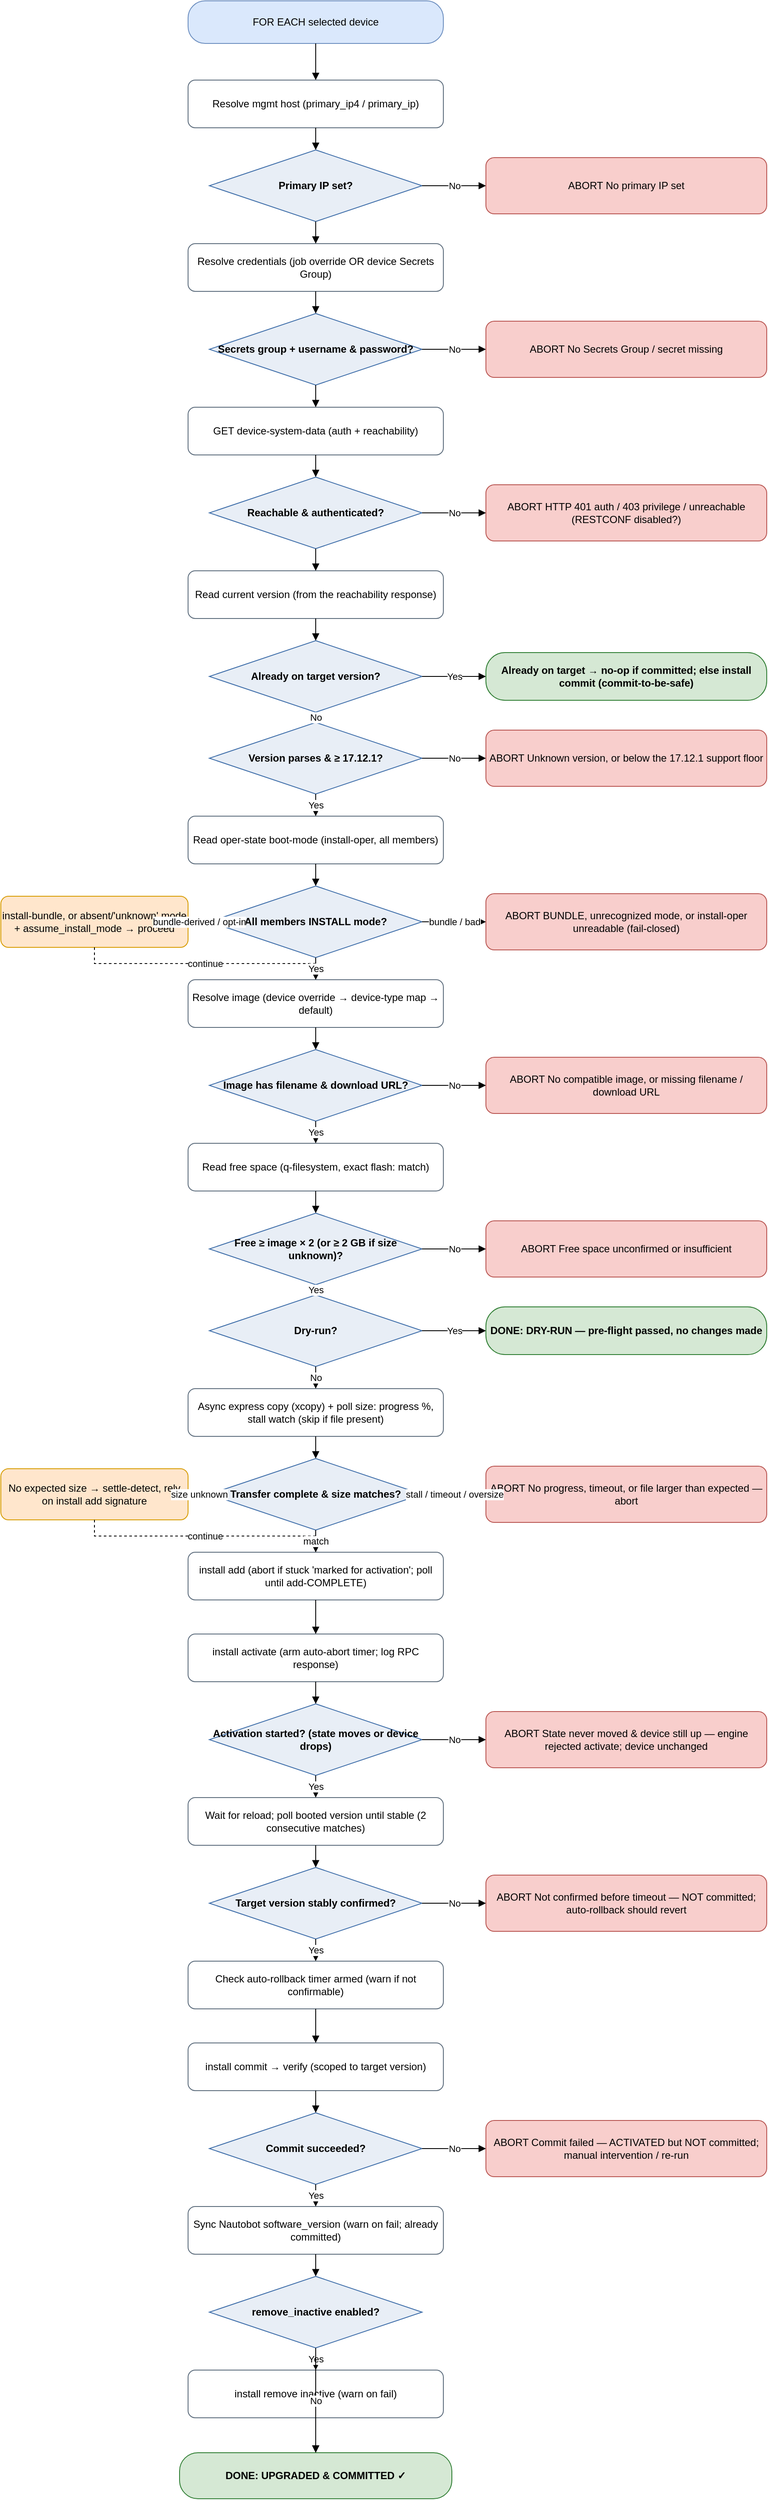
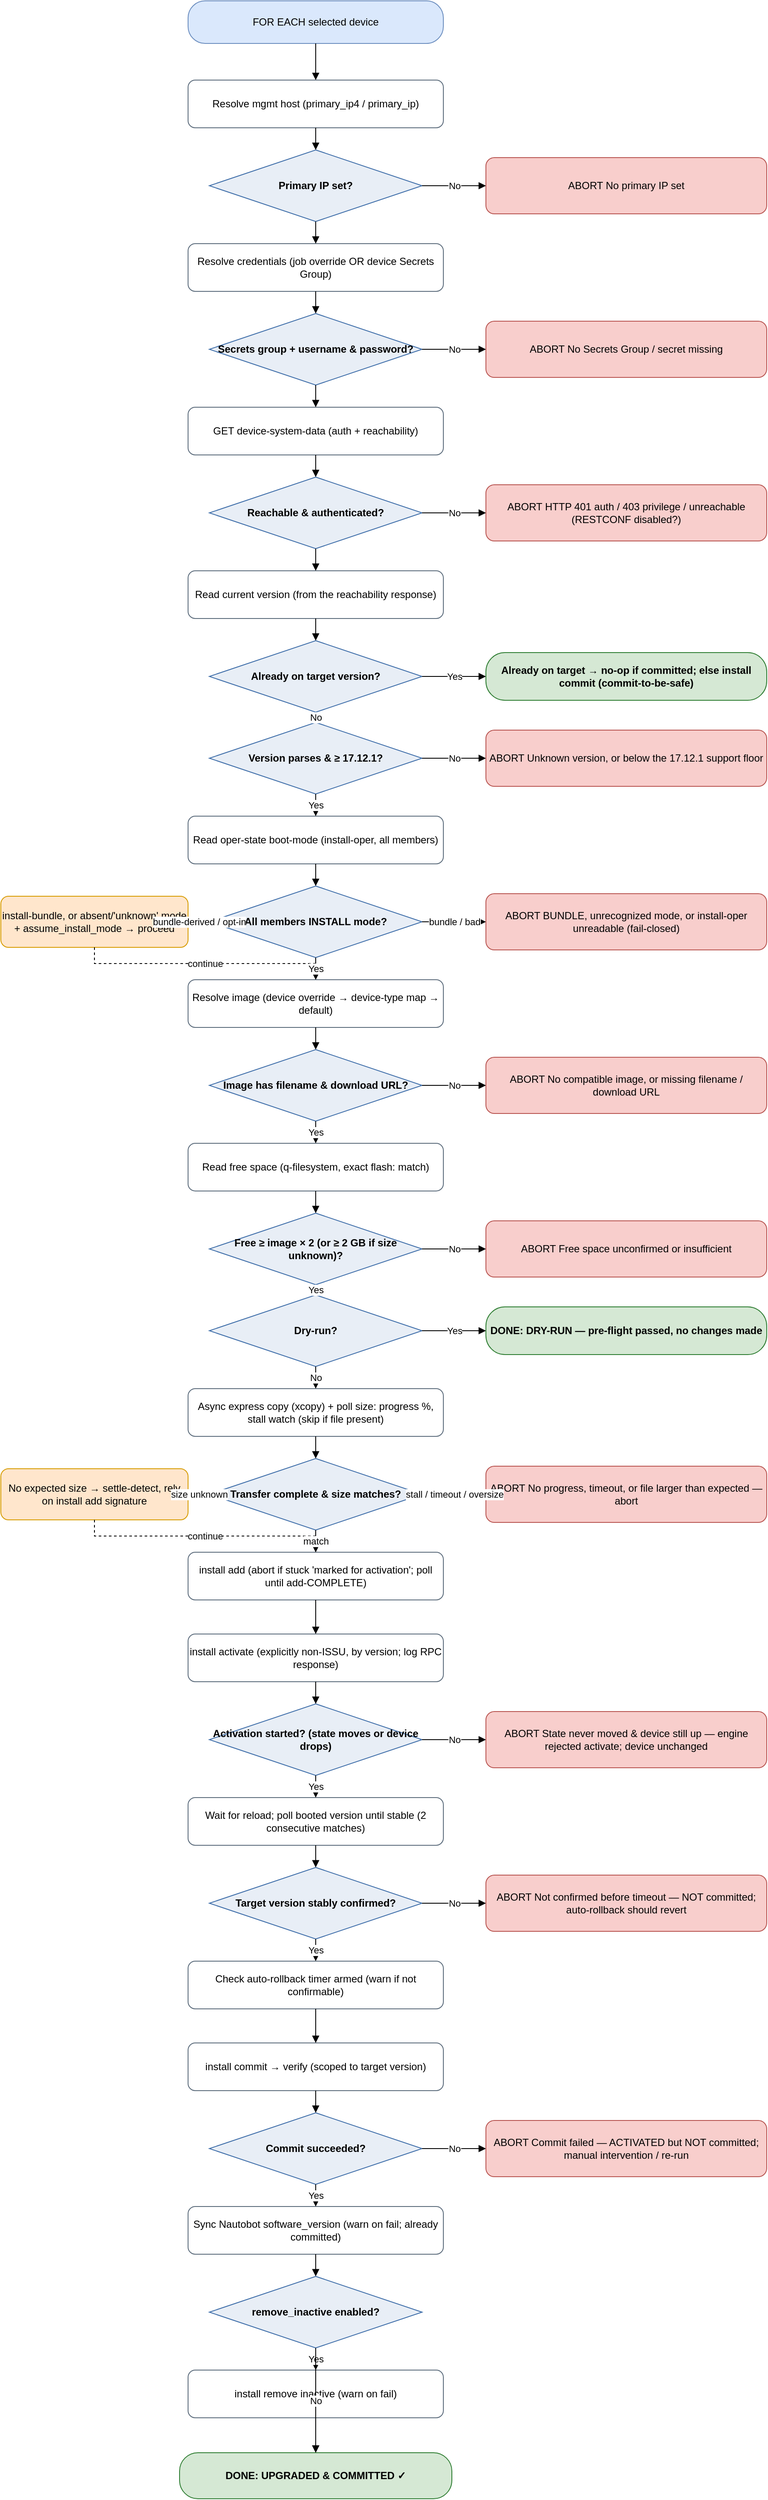
<mxfile host="app.diagrams.net" type="device">
  <diagram name="IOS-XE upgrade flow" id="iosxe-upgrade-flow">
    <mxGraphModel dx="1000" dy="2000" grid="1" gridSize="10" guides="1" tooltips="1"
        connect="1" arrows="1" fold="1" page="1" pageScale="1" math="0" shadow="0">
      <root>
        <mxCell id="0"/>
        <mxCell id="1" parent="0"/>
        <mxCell id="start" value="FOR EACH selected device" style="rounded=1;arcSize=40;whiteSpace=wrap;html=1;fillColor=#DAE8FC;strokeColor=#6C8EBF;" vertex="1" parent="1"><mxGeometry x="250" y="31" width="300" height="50" as="geometry"/></mxCell>
        <mxCell id="host" value="Resolve mgmt host&amp;#10;(primary_ip4 / primary_ip)" style="rounded=1;whiteSpace=wrap;html=1;fillColor=#FFFFFF;strokeColor=#5B6B7B;" vertex="1" parent="1"><mxGeometry x="250" y="124" width="300" height="56" as="geometry"/></mxCell>
        <mxCell id="d_ip" value="Primary IP set?" style="rhombus;whiteSpace=wrap;html=1;fillColor=#E8EEF6;strokeColor=#3C6CA8;fontStyle=1;" vertex="1" parent="1"><mxGeometry x="275" y="206" width="250" height="84" as="geometry"/></mxCell>
        <mxCell id="cred" value="Resolve credentials&amp;#10;(job override OR device Secrets Group)" style="rounded=1;whiteSpace=wrap;html=1;fillColor=#FFFFFF;strokeColor=#5B6B7B;" vertex="1" parent="1"><mxGeometry x="250" y="316" width="300" height="56" as="geometry"/></mxCell>
        <mxCell id="d_cred" value="Secrets group +&amp;#10;username &amp; password?" style="rhombus;whiteSpace=wrap;html=1;fillColor=#E8EEF6;strokeColor=#3C6CA8;fontStyle=1;" vertex="1" parent="1"><mxGeometry x="275" y="398" width="250" height="84" as="geometry"/></mxCell>
        <mxCell id="reach" value="GET device-system-data&amp;#10;(auth + reachability)" style="rounded=1;whiteSpace=wrap;html=1;fillColor=#FFFFFF;strokeColor=#5B6B7B;" vertex="1" parent="1"><mxGeometry x="250" y="508" width="300" height="56" as="geometry"/></mxCell>
        <mxCell id="d_reach" value="Reachable &amp;&amp;#10;authenticated?" style="rhombus;whiteSpace=wrap;html=1;fillColor=#E8EEF6;strokeColor=#3C6CA8;fontStyle=1;" vertex="1" parent="1"><mxGeometry x="275" y="590" width="250" height="84" as="geometry"/></mxCell>
        <mxCell id="curr" value="Read current version&amp;#10;(from the reachability response)" style="rounded=1;whiteSpace=wrap;html=1;fillColor=#FFFFFF;strokeColor=#5B6B7B;" vertex="1" parent="1"><mxGeometry x="250" y="700" width="300" height="56" as="geometry"/></mxCell>
        <mxCell id="d_target" value="Already on&amp;#10;target version?" style="rhombus;whiteSpace=wrap;html=1;fillColor=#E8EEF6;strokeColor=#3C6CA8;fontStyle=1;" vertex="1" parent="1"><mxGeometry x="275" y="782" width="250" height="84" as="geometry"/></mxCell>
        <mxCell id="d_floor" value="Version parses&amp;#10;&amp; ≥ 17.12.1?" style="rhombus;whiteSpace=wrap;html=1;fillColor=#E8EEF6;strokeColor=#3C6CA8;fontStyle=1;" vertex="1" parent="1"><mxGeometry x="275" y="878" width="250" height="84" as="geometry"/></mxCell>
        <mxCell id="mode" value="Read oper-state boot-mode&amp;#10;(install-oper, all members)" style="rounded=1;whiteSpace=wrap;html=1;fillColor=#FFFFFF;strokeColor=#5B6B7B;" vertex="1" parent="1"><mxGeometry x="250" y="988" width="300" height="56" as="geometry"/></mxCell>
        <mxCell id="d_mode" value="All members&amp;#10;INSTALL mode?" style="rhombus;whiteSpace=wrap;html=1;fillColor=#E8EEF6;strokeColor=#3C6CA8;fontStyle=1;" vertex="1" parent="1"><mxGeometry x="275" y="1070" width="250" height="84" as="geometry"/></mxCell>
        <mxCell id="img" value="Resolve image (device override →&amp;#10;device-type map → default)" style="rounded=1;whiteSpace=wrap;html=1;fillColor=#FFFFFF;strokeColor=#5B6B7B;" vertex="1" parent="1"><mxGeometry x="250" y="1180" width="300" height="56" as="geometry"/></mxCell>
        <mxCell id="d_img" value="Image has filename&amp;#10;&amp; download URL?" style="rhombus;whiteSpace=wrap;html=1;fillColor=#E8EEF6;strokeColor=#3C6CA8;fontStyle=1;" vertex="1" parent="1"><mxGeometry x="275" y="1262" width="250" height="84" as="geometry"/></mxCell>
        <mxCell id="space" value="Read free space&amp;#10;(q-filesystem, exact flash: match)" style="rounded=1;whiteSpace=wrap;html=1;fillColor=#FFFFFF;strokeColor=#5B6B7B;" vertex="1" parent="1"><mxGeometry x="250" y="1372" width="300" height="56" as="geometry"/></mxCell>
        <mxCell id="d_space" value="Free ≥ image × 2&amp;#10;(or ≥ 2 GB if size unknown)?" style="rhombus;whiteSpace=wrap;html=1;fillColor=#E8EEF6;strokeColor=#3C6CA8;fontStyle=1;" vertex="1" parent="1"><mxGeometry x="275" y="1454" width="250" height="84" as="geometry"/></mxCell>
        <mxCell id="d_dry" value="Dry-run?" style="rhombus;whiteSpace=wrap;html=1;fillColor=#E8EEF6;strokeColor=#3C6CA8;fontStyle=1;" vertex="1" parent="1"><mxGeometry x="275" y="1550" width="250" height="84" as="geometry"/></mxCell>
        <mxCell id="copy" value="Async express copy (xcopy) + poll size:&amp;#10;progress %, stall watch (skip if file present)" style="rounded=1;whiteSpace=wrap;html=1;fillColor=#FFFFFF;strokeColor=#5B6B7B;" vertex="1" parent="1"><mxGeometry x="250" y="1660" width="300" height="56" as="geometry"/></mxCell>
        <mxCell id="d_size" value="Transfer complete&amp;#10;&amp; size matches?" style="rhombus;whiteSpace=wrap;html=1;fillColor=#E8EEF6;strokeColor=#3C6CA8;fontStyle=1;" vertex="1" parent="1"><mxGeometry x="275" y="1742" width="250" height="84" as="geometry"/></mxCell>
        <mxCell id="add" value="install add (abort if stuck &#x27;marked for&amp;#10;activation&#x27;; poll until add-COMPLETE)" style="rounded=1;whiteSpace=wrap;html=1;fillColor=#FFFFFF;strokeColor=#5B6B7B;" vertex="1" parent="1"><mxGeometry x="250" y="1852" width="300" height="56" as="geometry"/></mxCell>
-         <mxCell id="act" value="install activate (arm auto-abort&amp;#10;timer; log RPC response)" style="rounded=1;whiteSpace=wrap;html=1;fillColor=#FFFFFF;strokeColor=#5B6B7B;" vertex="1" parent="1"><mxGeometry x="250" y="1948" width="300" height="56" as="geometry"/></mxCell>
+         <mxCell id="act" value="install activate (explicitly non-ISSU,&amp;#10;by version; log RPC response)" style="rounded=1;whiteSpace=wrap;html=1;fillColor=#FFFFFF;strokeColor=#5B6B7B;" vertex="1" parent="1"><mxGeometry x="250" y="1948" width="300" height="56" as="geometry"/></mxCell>
        <mxCell id="d_act" value="Activation started?&amp;#10;(state moves or device drops)" style="rhombus;whiteSpace=wrap;html=1;fillColor=#E8EEF6;strokeColor=#3C6CA8;fontStyle=1;" vertex="1" parent="1"><mxGeometry x="275" y="2030" width="250" height="84" as="geometry"/></mxCell>
        <mxCell id="waitc" value="Wait for reload; poll booted version&amp;#10;until stable (2 consecutive matches)" style="rounded=1;whiteSpace=wrap;html=1;fillColor=#FFFFFF;strokeColor=#5B6B7B;" vertex="1" parent="1"><mxGeometry x="250" y="2140" width="300" height="56" as="geometry"/></mxCell>
        <mxCell id="d_confirm" value="Target version&amp;#10;stably confirmed?" style="rhombus;whiteSpace=wrap;html=1;fillColor=#E8EEF6;strokeColor=#3C6CA8;fontStyle=1;" vertex="1" parent="1"><mxGeometry x="275" y="2222" width="250" height="84" as="geometry"/></mxCell>
        <mxCell id="rollbackchk" value="Check auto-rollback timer armed&amp;#10;(warn if not confirmable)" style="rounded=1;whiteSpace=wrap;html=1;fillColor=#FFFFFF;strokeColor=#5B6B7B;" vertex="1" parent="1"><mxGeometry x="250" y="2332" width="300" height="56" as="geometry"/></mxCell>
        <mxCell id="commit" value="install commit → verify&amp;#10;(scoped to target version)" style="rounded=1;whiteSpace=wrap;html=1;fillColor=#FFFFFF;strokeColor=#5B6B7B;" vertex="1" parent="1"><mxGeometry x="250" y="2428" width="300" height="56" as="geometry"/></mxCell>
        <mxCell id="d_commit" value="Commit&amp;#10;succeeded?" style="rhombus;whiteSpace=wrap;html=1;fillColor=#E8EEF6;strokeColor=#3C6CA8;fontStyle=1;" vertex="1" parent="1"><mxGeometry x="275" y="2510" width="250" height="84" as="geometry"/></mxCell>
        <mxCell id="sync" value="Sync Nautobot software_version&amp;#10;(warn on fail; already committed)" style="rounded=1;whiteSpace=wrap;html=1;fillColor=#FFFFFF;strokeColor=#5B6B7B;" vertex="1" parent="1"><mxGeometry x="250" y="2620" width="300" height="56" as="geometry"/></mxCell>
        <mxCell id="d_remove" value="remove_inactive&amp;#10;enabled?" style="rhombus;whiteSpace=wrap;html=1;fillColor=#E8EEF6;strokeColor=#3C6CA8;fontStyle=1;" vertex="1" parent="1"><mxGeometry x="275" y="2702" width="250" height="84" as="geometry"/></mxCell>
        <mxCell id="remove" value="install remove inactive&amp;#10;(warn on fail)" style="rounded=1;whiteSpace=wrap;html=1;fillColor=#FFFFFF;strokeColor=#5B6B7B;" vertex="1" parent="1"><mxGeometry x="250" y="2812" width="300" height="56" as="geometry"/></mxCell>
        <mxCell id="ok" value="DONE: UPGRADED &amp; COMMITTED ✓" style="rounded=1;arcSize=40;whiteSpace=wrap;html=1;fillColor=#D5E8D4;strokeColor=#2E7D32;fontStyle=1;" vertex="1" parent="1"><mxGeometry x="240" y="2909" width="320" height="54" as="geometry"/></mxCell>
        <mxCell id="d_ip_abort" value="ABORT&amp;#10;No primary IP set" style="rounded=1;whiteSpace=wrap;html=1;fillColor=#F8CECC;strokeColor=#B85450;" vertex="1" parent="1"><mxGeometry x="600" y="215" width="330" height="66" as="geometry"/></mxCell>
        <mxCell id="d_cred_abort" value="ABORT&amp;#10;No Secrets Group / secret missing" style="rounded=1;whiteSpace=wrap;html=1;fillColor=#F8CECC;strokeColor=#B85450;" vertex="1" parent="1"><mxGeometry x="600" y="407" width="330" height="66" as="geometry"/></mxCell>
        <mxCell id="d_reach_abort" value="ABORT&amp;#10;HTTP 401 auth / 403 privilege /&amp;#10;unreachable (RESTCONF disabled?)" style="rounded=1;whiteSpace=wrap;html=1;fillColor=#F8CECC;strokeColor=#B85450;" vertex="1" parent="1"><mxGeometry x="600" y="599" width="330" height="66" as="geometry"/></mxCell>
        <mxCell id="d_target_ok" value="Already on target → no-op if committed;&amp;#10;else install commit (commit-to-be-safe)" style="rounded=1;arcSize=40;whiteSpace=wrap;html=1;fillColor=#D5E8D4;strokeColor=#2E7D32;fontStyle=1;" vertex="1" parent="1"><mxGeometry x="600" y="796" width="330" height="56" as="geometry"/></mxCell>
        <mxCell id="d_floor_abort" value="ABORT&amp;#10;Unknown version, or below the&amp;#10;17.12.1 support floor" style="rounded=1;whiteSpace=wrap;html=1;fillColor=#F8CECC;strokeColor=#B85450;" vertex="1" parent="1"><mxGeometry x="600" y="887" width="330" height="66" as="geometry"/></mxCell>
        <mxCell id="d_mode_abort" value="ABORT&amp;#10;BUNDLE, unrecognized mode, or&amp;#10;install-oper unreadable (fail-closed)" style="rounded=1;whiteSpace=wrap;html=1;fillColor=#F8CECC;strokeColor=#B85450;" vertex="1" parent="1"><mxGeometry x="600" y="1079" width="330" height="66" as="geometry"/></mxCell>
        <mxCell id="d_mode_warn" value="install-bundle, or absent/&#x27;unknown&#x27;&amp;#10;mode + assume_install_mode → proceed" style="rounded=1;whiteSpace=wrap;html=1;fillColor=#FFE6CC;strokeColor=#D79B00;" vertex="1" parent="1"><mxGeometry x="30" y="1082" width="220" height="60" as="geometry"/></mxCell>
        <mxCell id="d_img_abort" value="ABORT&amp;#10;No compatible image, or missing&amp;#10;filename / download URL" style="rounded=1;whiteSpace=wrap;html=1;fillColor=#F8CECC;strokeColor=#B85450;" vertex="1" parent="1"><mxGeometry x="600" y="1271" width="330" height="66" as="geometry"/></mxCell>
        <mxCell id="d_space_abort" value="ABORT&amp;#10;Free space unconfirmed or&amp;#10;insufficient" style="rounded=1;whiteSpace=wrap;html=1;fillColor=#F8CECC;strokeColor=#B85450;" vertex="1" parent="1"><mxGeometry x="600" y="1463" width="330" height="66" as="geometry"/></mxCell>
        <mxCell id="d_dry_ok" value="DONE: DRY-RUN — pre-flight&amp;#10;passed, no changes made" style="rounded=1;arcSize=40;whiteSpace=wrap;html=1;fillColor=#D5E8D4;strokeColor=#2E7D32;fontStyle=1;" vertex="1" parent="1"><mxGeometry x="600" y="1564" width="330" height="56" as="geometry"/></mxCell>
        <mxCell id="d_size_abort" value="ABORT&amp;#10;No progress, timeout, or file&amp;#10;larger than expected — abort" style="rounded=1;whiteSpace=wrap;html=1;fillColor=#F8CECC;strokeColor=#B85450;" vertex="1" parent="1"><mxGeometry x="600" y="1751" width="330" height="66" as="geometry"/></mxCell>
        <mxCell id="d_size_warn" value="No expected size → settle-detect,&amp;#10;rely on install add signature" style="rounded=1;whiteSpace=wrap;html=1;fillColor=#FFE6CC;strokeColor=#D79B00;" vertex="1" parent="1"><mxGeometry x="30" y="1754" width="220" height="60" as="geometry"/></mxCell>
        <mxCell id="d_act_abort" value="ABORT&amp;#10;State never moved &amp; device still up —&amp;#10;engine rejected activate; device unchanged" style="rounded=1;whiteSpace=wrap;html=1;fillColor=#F8CECC;strokeColor=#B85450;" vertex="1" parent="1"><mxGeometry x="600" y="2039" width="330" height="66" as="geometry"/></mxCell>
        <mxCell id="d_confirm_abort" value="ABORT&amp;#10;Not confirmed before timeout — NOT&amp;#10;committed; auto-rollback should revert" style="rounded=1;whiteSpace=wrap;html=1;fillColor=#F8CECC;strokeColor=#B85450;" vertex="1" parent="1"><mxGeometry x="600" y="2231" width="330" height="66" as="geometry"/></mxCell>
        <mxCell id="d_commit_abort" value="ABORT&amp;#10;Commit failed — ACTIVATED but NOT&amp;#10;committed; manual intervention / re-run" style="rounded=1;whiteSpace=wrap;html=1;fillColor=#F8CECC;strokeColor=#B85450;" vertex="1" parent="1"><mxGeometry x="600" y="2519" width="330" height="66" as="geometry"/></mxCell>
        <mxCell id="e_d_ip_abort" value="No" style="edgeStyle=orthogonalEdgeStyle;rounded=0;html=1;endArrow=block;" edge="1" parent="1" source="d_ip" target="d_ip_abort"><mxGeometry relative="1" as="geometry"/></mxCell>
        <mxCell id="e_d_cred_abort" value="No" style="edgeStyle=orthogonalEdgeStyle;rounded=0;html=1;endArrow=block;" edge="1" parent="1" source="d_cred" target="d_cred_abort"><mxGeometry relative="1" as="geometry"/></mxCell>
        <mxCell id="e_d_reach_abort" value="No" style="edgeStyle=orthogonalEdgeStyle;rounded=0;html=1;endArrow=block;" edge="1" parent="1" source="d_reach" target="d_reach_abort"><mxGeometry relative="1" as="geometry"/></mxCell>
        <mxCell id="e_d_target_ok" value="Yes" style="edgeStyle=orthogonalEdgeStyle;rounded=0;html=1;endArrow=block;" edge="1" parent="1" source="d_target" target="d_target_ok"><mxGeometry relative="1" as="geometry"/></mxCell>
        <mxCell id="e_d_floor_abort" value="No" style="edgeStyle=orthogonalEdgeStyle;rounded=0;html=1;endArrow=block;" edge="1" parent="1" source="d_floor" target="d_floor_abort"><mxGeometry relative="1" as="geometry"/></mxCell>
        <mxCell id="e_d_mode_abort" value="bundle / bad" style="edgeStyle=orthogonalEdgeStyle;rounded=0;html=1;endArrow=block;" edge="1" parent="1" source="d_mode" target="d_mode_abort"><mxGeometry relative="1" as="geometry"/></mxCell>
        <mxCell id="e_d_mode_warn" value="bundle-derived /
opt-in" style="edgeStyle=orthogonalEdgeStyle;rounded=0;html=1;endArrow=block;" edge="1" parent="1" source="d_mode" target="d_mode_warn"><mxGeometry relative="1" as="geometry"/></mxCell>
        <mxCell id="e_d_mode_warn_join" value="continue" style="edgeStyle=orthogonalEdgeStyle;rounded=0;html=1;endArrow=block;dashed=1;" edge="1" parent="1" source="d_mode_warn" target="img"><mxGeometry relative="1" as="geometry"/></mxCell>
        <mxCell id="e_d_img_abort" value="No" style="edgeStyle=orthogonalEdgeStyle;rounded=0;html=1;endArrow=block;" edge="1" parent="1" source="d_img" target="d_img_abort"><mxGeometry relative="1" as="geometry"/></mxCell>
        <mxCell id="e_d_space_abort" value="No" style="edgeStyle=orthogonalEdgeStyle;rounded=0;html=1;endArrow=block;" edge="1" parent="1" source="d_space" target="d_space_abort"><mxGeometry relative="1" as="geometry"/></mxCell>
        <mxCell id="e_d_dry_ok" value="Yes" style="edgeStyle=orthogonalEdgeStyle;rounded=0;html=1;endArrow=block;" edge="1" parent="1" source="d_dry" target="d_dry_ok"><mxGeometry relative="1" as="geometry"/></mxCell>
        <mxCell id="e_d_size_abort" value="stall / timeout /
oversize" style="edgeStyle=orthogonalEdgeStyle;rounded=0;html=1;endArrow=block;" edge="1" parent="1" source="d_size" target="d_size_abort"><mxGeometry relative="1" as="geometry"/></mxCell>
        <mxCell id="e_d_size_warn" value="size unknown" style="edgeStyle=orthogonalEdgeStyle;rounded=0;html=1;endArrow=block;" edge="1" parent="1" source="d_size" target="d_size_warn"><mxGeometry relative="1" as="geometry"/></mxCell>
        <mxCell id="e_d_size_warn_join" value="continue" style="edgeStyle=orthogonalEdgeStyle;rounded=0;html=1;endArrow=block;dashed=1;" edge="1" parent="1" source="d_size_warn" target="add"><mxGeometry relative="1" as="geometry"/></mxCell>
        <mxCell id="e_d_act_abort" value="No" style="edgeStyle=orthogonalEdgeStyle;rounded=0;html=1;endArrow=block;" edge="1" parent="1" source="d_act" target="d_act_abort"><mxGeometry relative="1" as="geometry"/></mxCell>
        <mxCell id="e_d_confirm_abort" value="No" style="edgeStyle=orthogonalEdgeStyle;rounded=0;html=1;endArrow=block;" edge="1" parent="1" source="d_confirm" target="d_confirm_abort"><mxGeometry relative="1" as="geometry"/></mxCell>
        <mxCell id="e_d_commit_abort" value="No" style="edgeStyle=orthogonalEdgeStyle;rounded=0;html=1;endArrow=block;" edge="1" parent="1" source="d_commit" target="d_commit_abort"><mxGeometry relative="1" as="geometry"/></mxCell>
        <mxCell id="e_start_host" value="" style="edgeStyle=orthogonalEdgeStyle;rounded=0;html=1;endArrow=block;" edge="1" parent="1" source="start" target="host"><mxGeometry relative="1" as="geometry"/></mxCell>
        <mxCell id="e_host_d_ip" value="" style="edgeStyle=orthogonalEdgeStyle;rounded=0;html=1;endArrow=block;" edge="1" parent="1" source="host" target="d_ip"><mxGeometry relative="1" as="geometry"/></mxCell>
        <mxCell id="e_d_ip_cred" value="" style="edgeStyle=orthogonalEdgeStyle;rounded=0;html=1;endArrow=block;" edge="1" parent="1" source="d_ip" target="cred"><mxGeometry relative="1" as="geometry"/></mxCell>
        <mxCell id="e_cred_d_cred" value="" style="edgeStyle=orthogonalEdgeStyle;rounded=0;html=1;endArrow=block;" edge="1" parent="1" source="cred" target="d_cred"><mxGeometry relative="1" as="geometry"/></mxCell>
        <mxCell id="e_d_cred_reach" value="" style="edgeStyle=orthogonalEdgeStyle;rounded=0;html=1;endArrow=block;" edge="1" parent="1" source="d_cred" target="reach"><mxGeometry relative="1" as="geometry"/></mxCell>
        <mxCell id="e_reach_d_reach" value="" style="edgeStyle=orthogonalEdgeStyle;rounded=0;html=1;endArrow=block;" edge="1" parent="1" source="reach" target="d_reach"><mxGeometry relative="1" as="geometry"/></mxCell>
        <mxCell id="e_d_reach_curr" value="" style="edgeStyle=orthogonalEdgeStyle;rounded=0;html=1;endArrow=block;" edge="1" parent="1" source="d_reach" target="curr"><mxGeometry relative="1" as="geometry"/></mxCell>
        <mxCell id="e_curr_d_target" value="" style="edgeStyle=orthogonalEdgeStyle;rounded=0;html=1;endArrow=block;" edge="1" parent="1" source="curr" target="d_target"><mxGeometry relative="1" as="geometry"/></mxCell>
        <mxCell id="e_d_target_d_floor" value="No" style="edgeStyle=orthogonalEdgeStyle;rounded=0;html=1;endArrow=block;" edge="1" parent="1" source="d_target" target="d_floor"><mxGeometry relative="1" as="geometry"/></mxCell>
        <mxCell id="e_d_floor_mode" value="Yes" style="edgeStyle=orthogonalEdgeStyle;rounded=0;html=1;endArrow=block;" edge="1" parent="1" source="d_floor" target="mode"><mxGeometry relative="1" as="geometry"/></mxCell>
        <mxCell id="e_mode_d_mode" value="" style="edgeStyle=orthogonalEdgeStyle;rounded=0;html=1;endArrow=block;" edge="1" parent="1" source="mode" target="d_mode"><mxGeometry relative="1" as="geometry"/></mxCell>
        <mxCell id="e_d_mode_img" value="Yes" style="edgeStyle=orthogonalEdgeStyle;rounded=0;html=1;endArrow=block;" edge="1" parent="1" source="d_mode" target="img"><mxGeometry relative="1" as="geometry"/></mxCell>
        <mxCell id="e_img_d_img" value="" style="edgeStyle=orthogonalEdgeStyle;rounded=0;html=1;endArrow=block;" edge="1" parent="1" source="img" target="d_img"><mxGeometry relative="1" as="geometry"/></mxCell>
        <mxCell id="e_d_img_space" value="Yes" style="edgeStyle=orthogonalEdgeStyle;rounded=0;html=1;endArrow=block;" edge="1" parent="1" source="d_img" target="space"><mxGeometry relative="1" as="geometry"/></mxCell>
        <mxCell id="e_space_d_space" value="" style="edgeStyle=orthogonalEdgeStyle;rounded=0;html=1;endArrow=block;" edge="1" parent="1" source="space" target="d_space"><mxGeometry relative="1" as="geometry"/></mxCell>
        <mxCell id="e_d_space_d_dry" value="Yes" style="edgeStyle=orthogonalEdgeStyle;rounded=0;html=1;endArrow=block;" edge="1" parent="1" source="d_space" target="d_dry"><mxGeometry relative="1" as="geometry"/></mxCell>
        <mxCell id="e_d_dry_copy" value="No" style="edgeStyle=orthogonalEdgeStyle;rounded=0;html=1;endArrow=block;" edge="1" parent="1" source="d_dry" target="copy"><mxGeometry relative="1" as="geometry"/></mxCell>
        <mxCell id="e_copy_d_size" value="" style="edgeStyle=orthogonalEdgeStyle;rounded=0;html=1;endArrow=block;" edge="1" parent="1" source="copy" target="d_size"><mxGeometry relative="1" as="geometry"/></mxCell>
        <mxCell id="e_d_size_add" value="match" style="edgeStyle=orthogonalEdgeStyle;rounded=0;html=1;endArrow=block;" edge="1" parent="1" source="d_size" target="add"><mxGeometry relative="1" as="geometry"/></mxCell>
        <mxCell id="e_add_act" value="" style="edgeStyle=orthogonalEdgeStyle;rounded=0;html=1;endArrow=block;" edge="1" parent="1" source="add" target="act"><mxGeometry relative="1" as="geometry"/></mxCell>
        <mxCell id="e_act_d_act" value="" style="edgeStyle=orthogonalEdgeStyle;rounded=0;html=1;endArrow=block;" edge="1" parent="1" source="act" target="d_act"><mxGeometry relative="1" as="geometry"/></mxCell>
        <mxCell id="e_d_act_waitc" value="Yes" style="edgeStyle=orthogonalEdgeStyle;rounded=0;html=1;endArrow=block;" edge="1" parent="1" source="d_act" target="waitc"><mxGeometry relative="1" as="geometry"/></mxCell>
        <mxCell id="e_waitc_d_confirm" value="" style="edgeStyle=orthogonalEdgeStyle;rounded=0;html=1;endArrow=block;" edge="1" parent="1" source="waitc" target="d_confirm"><mxGeometry relative="1" as="geometry"/></mxCell>
        <mxCell id="e_d_confirm_rollbackchk" value="Yes" style="edgeStyle=orthogonalEdgeStyle;rounded=0;html=1;endArrow=block;" edge="1" parent="1" source="d_confirm" target="rollbackchk"><mxGeometry relative="1" as="geometry"/></mxCell>
        <mxCell id="e_rollbackchk_commit" value="" style="edgeStyle=orthogonalEdgeStyle;rounded=0;html=1;endArrow=block;" edge="1" parent="1" source="rollbackchk" target="commit"><mxGeometry relative="1" as="geometry"/></mxCell>
        <mxCell id="e_commit_d_commit" value="" style="edgeStyle=orthogonalEdgeStyle;rounded=0;html=1;endArrow=block;" edge="1" parent="1" source="commit" target="d_commit"><mxGeometry relative="1" as="geometry"/></mxCell>
        <mxCell id="e_d_commit_sync" value="Yes" style="edgeStyle=orthogonalEdgeStyle;rounded=0;html=1;endArrow=block;" edge="1" parent="1" source="d_commit" target="sync"><mxGeometry relative="1" as="geometry"/></mxCell>
        <mxCell id="e_sync_d_remove" value="" style="edgeStyle=orthogonalEdgeStyle;rounded=0;html=1;endArrow=block;" edge="1" parent="1" source="sync" target="d_remove"><mxGeometry relative="1" as="geometry"/></mxCell>
        <mxCell id="e_remove_yes" value="Yes" style="edgeStyle=orthogonalEdgeStyle;rounded=0;html=1;endArrow=block;" edge="1" parent="1" source="d_remove" target="remove"><mxGeometry relative="1" as="geometry"/></mxCell>
        <mxCell id="e_remove_ok" value="" style="edgeStyle=orthogonalEdgeStyle;rounded=0;html=1;endArrow=block;" edge="1" parent="1" source="remove" target="ok"><mxGeometry relative="1" as="geometry"/></mxCell>
        <mxCell id="e_remove_no" value="No" style="edgeStyle=orthogonalEdgeStyle;rounded=0;html=1;endArrow=block;" edge="1" parent="1" source="d_remove" target="ok"><mxGeometry relative="1" as="geometry"/></mxCell>
      </root>
    </mxGraphModel>
  </diagram>
</mxfile>
